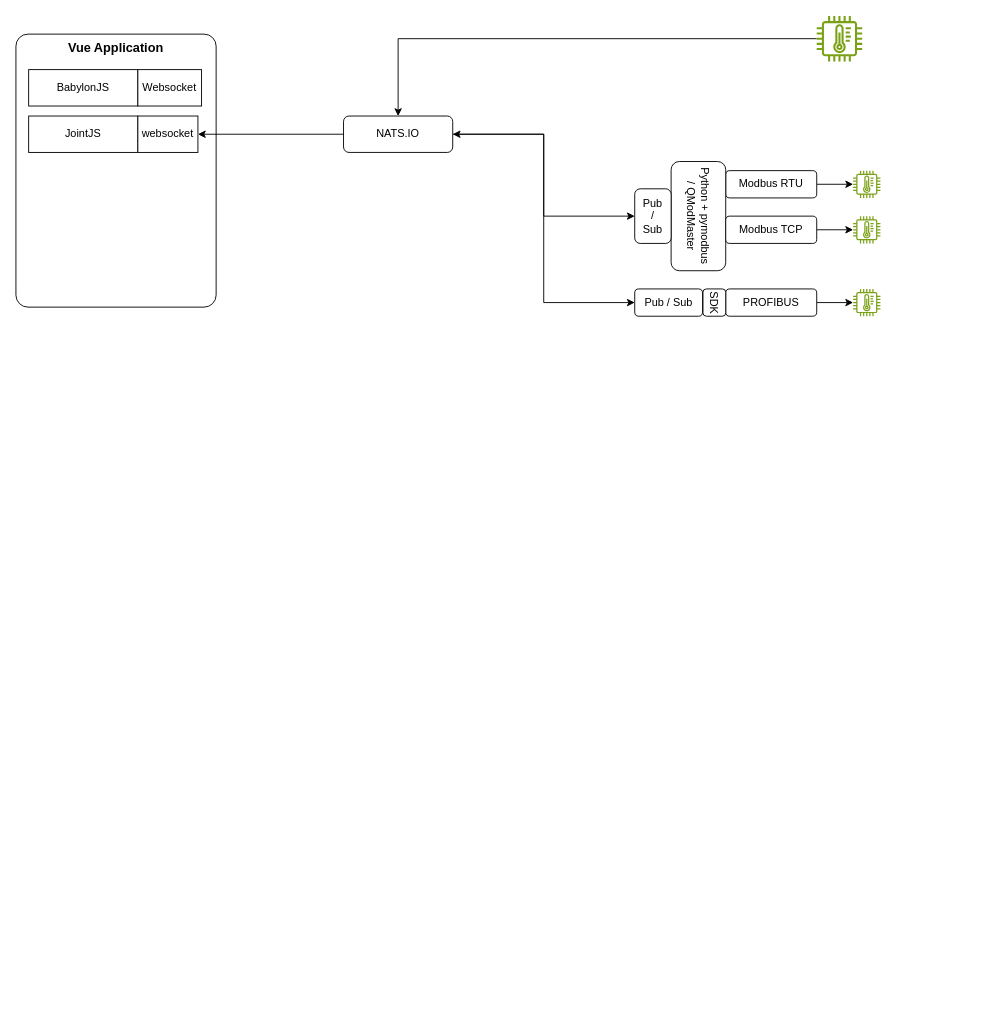
Above: page "Page-1" (1 of 4) of docs/VueBoilerPlateArchitecture.drawio in Bugging-Bot/vue-enterprise-boilerplate (draw.io), before the change. Source tidied: cells renumbered, new cells numbered last; positions are measured from the earlier drawing's top-left corner, leaving out a move shared by most shapes. Both pictures are drawn from the tidied source at 91%, with x=0, y=0 at pixel (15, 15).
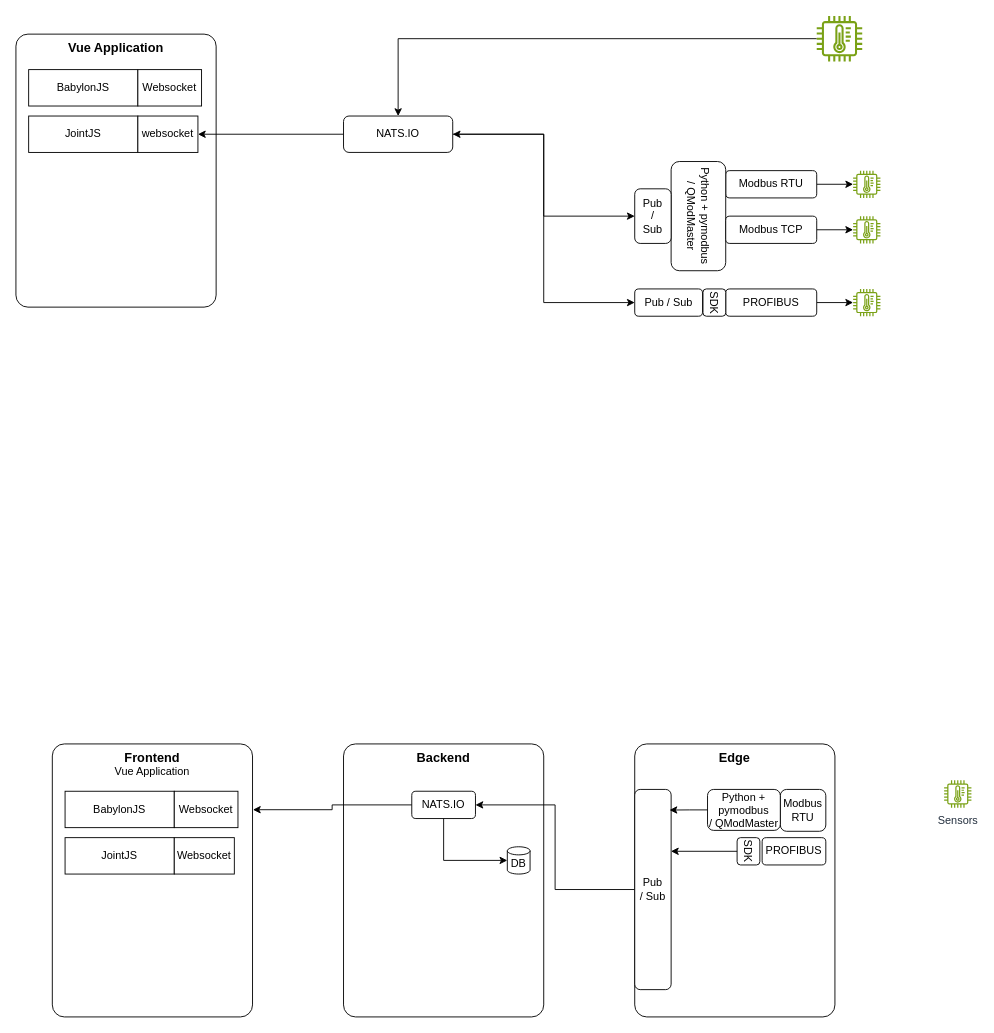
Above is the later version.

Change to the diagram source:
```diff
@@
+    <mxCell id="26" value="&lt;font style=&quot;font-size: 14px;&quot;&gt;&lt;b&gt;Frontend&lt;/b&gt;&lt;/font&gt;&lt;div&gt;&lt;font style=&quot;font-size: 12px;&quot;&gt;Vue Application&lt;/font&gt;&lt;/div&gt;" style="rounded=1;whiteSpace=wrap;html=1;arcSize=6;verticalAlign=top;" parent="1" vertex="1">
+      <mxGeometry x="40" y="800" width="220" height="300" as="geometry" />
+    </mxCell>
+    <mxCell id="27" value="BabylonJS" style="rounded=0;whiteSpace=wrap;html=1;" parent="1" vertex="1">
+      <mxGeometry x="54" y="852" width="120" height="40" as="geometry" />
+    </mxCell>
+    <mxCell id="28" value="JointJS" style="rounded=0;whiteSpace=wrap;html=1;" parent="1" vertex="1">
+      <mxGeometry x="54" y="903" width="120" height="40" as="geometry" />
+    </mxCell>
+    <mxCell id="29" value="Websocket" style="rounded=0;whiteSpace=wrap;html=1;" parent="1" vertex="1">
+      <mxGeometry x="174" y="903" width="66" height="40" as="geometry" />
+    </mxCell>
+    <mxCell id="30" value="Websocket" style="rounded=0;whiteSpace=wrap;html=1;" parent="1" vertex="1">
+      <mxGeometry x="174" y="852" width="70" height="40" as="geometry" />
+    </mxCell>
+    <mxCell id="31" value="&lt;font style=&quot;font-size: 14px;&quot;&gt;&lt;b&gt;Backend&lt;/b&gt;&lt;/font&gt;" style="rounded=1;whiteSpace=wrap;html=1;arcSize=6;verticalAlign=top;" parent="1" vertex="1">
+      <mxGeometry x="360" y="800" width="220" height="300" as="geometry" />
+    </mxCell>
+    <mxCell id="32" value="&lt;font style=&quot;font-size: 14px;&quot;&gt;&lt;b&gt;Edge&lt;/b&gt;&lt;/font&gt;" style="rounded=1;whiteSpace=wrap;html=1;arcSize=6;verticalAlign=top;" parent="1" vertex="1">
+      <mxGeometry x="680" y="800" width="220" height="300" as="geometry" />
+    </mxCell>
+    <mxCell id="33" value="Sensors" style="sketch=0;fontColor=#232F3E;gradientColor=none;fillColor=#7AA116;strokeColor=none;dashed=0;verticalLabelPosition=bottom;verticalAlign=top;align=center;html=1;fontSize=12;fontStyle=0;shape=mxgraph.aws4.iot_thing_temperature_sensor;" parent="1" vertex="1">
+      <mxGeometry x="1020" y="840" width="30" height="30" as="geometry" />
+    </mxCell>
+    <mxCell id="34" value="Modbus RTU" style="rounded=1;whiteSpace=wrap;html=1;" parent="1" vertex="1">
+      <mxGeometry x="840" y="850" width="50" height="46" as="geometry" />
+    </mxCell>
+    <mxCell id="35" value="PROFIBUS" style="rounded=1;whiteSpace=wrap;html=1;" parent="1" vertex="1">
+      <mxGeometry x="820" y="903" width="70" height="30" as="geometry" />
+    </mxCell>
+    <mxCell id="36" value="&lt;div&gt;Python + pymodbus&lt;/div&gt;&lt;div&gt;/ QModMaster&lt;/div&gt;" style="rounded=1;whiteSpace=wrap;html=1;rotation=0;" parent="1" vertex="1">
+      <mxGeometry x="760" y="850" width="80" height="45" as="geometry" />
+    </mxCell>
+    <mxCell id="37" value="&lt;div&gt;SDK&lt;/div&gt;" style="rounded=1;whiteSpace=wrap;html=1;rotation=90;" parent="1" vertex="1">
+      <mxGeometry x="790" y="905.5" width="30" height="25" as="geometry" />
+    </mxCell>
+    <mxCell id="38" style="edgeStyle=orthogonalEdgeStyle;rounded=0;jettySize=auto;html=1;" parent="1" edge="1" source="39" target="40">
+      <mxGeometry relative="1" as="geometry" />
+    </mxCell>
+    <mxCell id="39" value="Pub /&amp;nbsp;&lt;span style=&quot;background-color: transparent; color: light-dark(rgb(0, 0, 0), rgb(255, 255, 255));&quot;&gt;Sub&lt;/span&gt;" style="rounded=1;whiteSpace=wrap;html=1;" parent="1" vertex="1">
+      <mxGeometry x="680" y="850" width="40" height="220" as="geometry" />
+    </mxCell>
+    <mxCell id="40" value="NATS.IO" style="rounded=1;whiteSpace=wrap;html=1;" parent="1" vertex="1">
+      <mxGeometry x="435" y="852" width="70" height="30" as="geometry" />
+    </mxCell>
+    <mxCell id="41" value="DB" style="shape=cylinder3;whiteSpace=wrap;html=1;boundedLbl=1;backgroundOutline=1;size=4.4603271484375;" parent="1" vertex="1">
+      <mxGeometry x="540" y="913" width="25" height="30" as="geometry" />
+    </mxCell>
+    <mxCell id="42" style="edgeStyle=orthogonalEdgeStyle;rounded=0;jettySize=auto;html=1;entryX=0.956;entryY=0.103;entryDx=0;entryDy=0;entryPerimeter=0;" parent="1" edge="1" source="36" target="39">
+      <mxGeometry relative="1" as="geometry" />
+    </mxCell>
+    <mxCell id="43" style="edgeStyle=orthogonalEdgeStyle;rounded=0;jettySize=auto;html=1;entryX=0.995;entryY=0.309;entryDx=0;entryDy=0;entryPerimeter=0;" parent="1" edge="1" source="37" target="39">
+      <mxGeometry relative="1" as="geometry" />
+    </mxCell>
+    <mxCell id="44" style="edgeStyle=orthogonalEdgeStyle;rounded=0;jettySize=auto;html=1;entryX=1.002;entryY=0.241;entryDx=0;entryDy=0;entryPerimeter=0;" parent="1" edge="1" source="40" target="26">
+      <mxGeometry relative="1" as="geometry" />
+    </mxCell>
+    <mxCell id="45" style="edgeStyle=orthogonalEdgeStyle;rounded=0;jettySize=auto;html=1;entryX=0;entryY=0.5;entryDx=0;entryDy=0;entryPerimeter=0;exitX=0.5;exitY=1;exitDx=0;exitDy=0;" parent="1" edge="1" source="40" target="41">
+      <mxGeometry relative="1" as="geometry" />
+    </mxCell>
```
